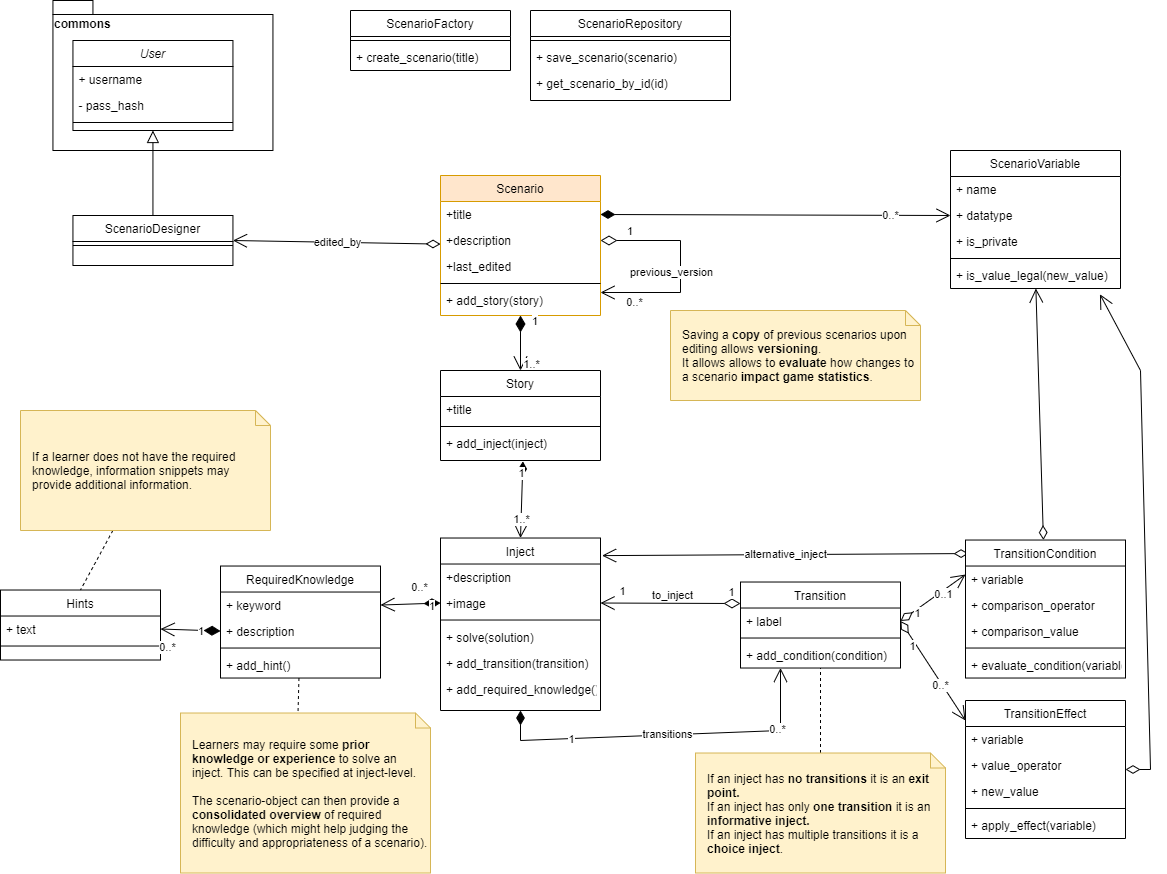
Elias-Ladenburger/CSEP keeps this draw.io diagram as artefacts/static_view/class diagram Scenario_Design.png. Above is the earlier version. Source tidied: cells renumbered, new cells last; positions are measured from the earlier drawing's top-left corner, leaving out a move shared by most shapes.
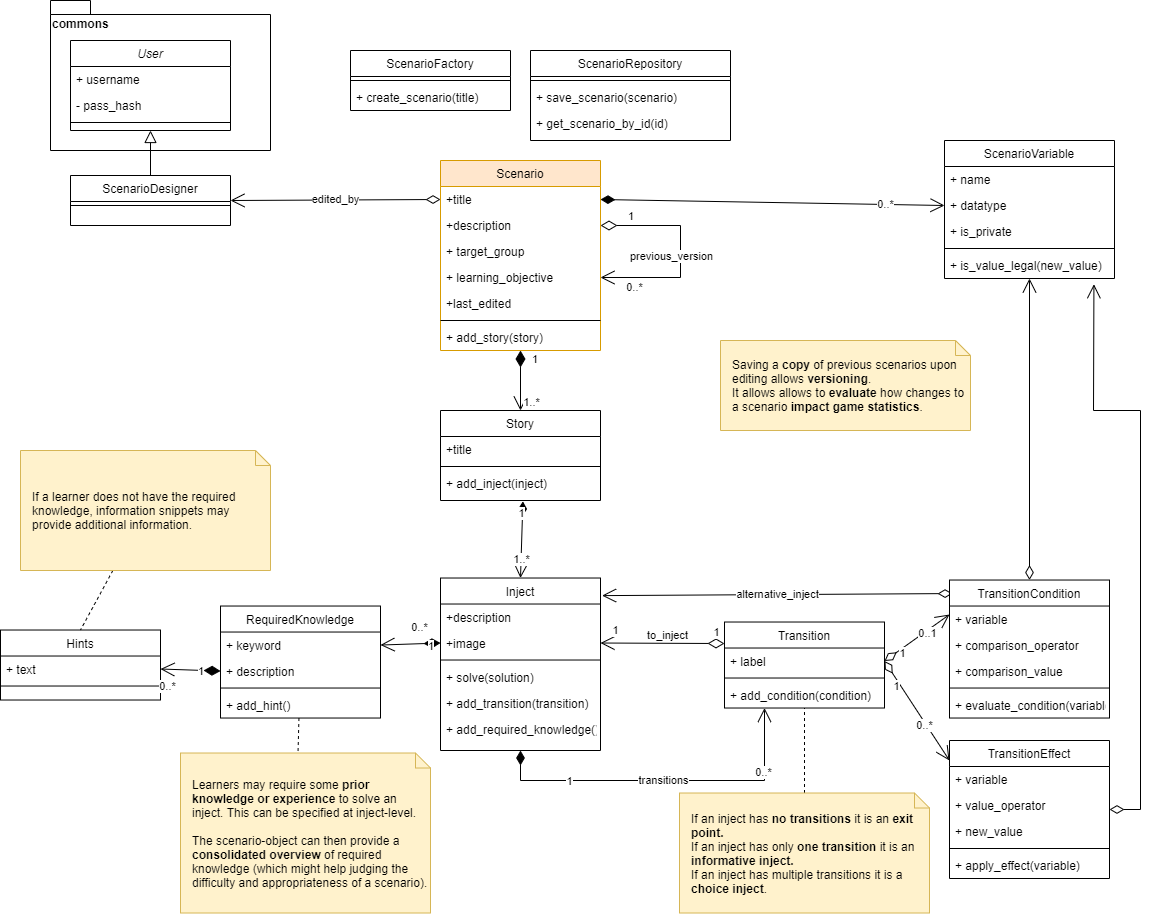
The same diagram one commit later.

What changed in the source:
```diff
@@ -2,11 +2,11 @@
   <root>
     <mxCell id="0" />
     <mxCell id="1" parent="0" />
-    <mxCell id="2" value="edited_by" style="edgeStyle=none;rounded=0;jettySize=auto;html=1;entryX=1;entryY=0.5;entryDx=0;entryDy=0;startArrow=diamondThin;startFill=0;endArrow=open;endFill=0;startSize=12;endSize=12;" parent="1" edge="1" source="3" target="38">
+    <mxCell id="2" value="edited_by" style="edgeStyle=none;rounded=0;jettySize=auto;html=1;entryX=1;entryY=0.5;entryDx=0;entryDy=0;startArrow=diamondThin;startFill=0;endArrow=open;endFill=0;startSize=12;endSize=12;exitX=0;exitY=0.5;exitDx=0;exitDy=0;" parent="1" edge="1" source="4" target="38">
       <mxGeometry relative="1" as="geometry" />
     </mxCell>
     <mxCell id="3" value="Scenario" style="swimlane;fontStyle=0;align=center;verticalAlign=top;horizontal=1;startSize=26;rounded=0;shadow=0;strokeWidth=1;fillColor=#ffe6cc;strokeColor=#d79b00;" parent="1" vertex="1">
-      <mxGeometry x="440" y="175" width="160" height="140" as="geometry" />
+      <mxGeometry x="440" y="120" width="160" height="190" as="geometry" />
     </mxCell>
     <mxCell id="4" value="+title" style="text;align=left;verticalAlign=top;spacingLeft=4;spacingRight=4;overflow=hidden;points=[[0,0.5],[1,0.5]];portConstraint=eastwest;" parent="3" vertex="1">
       <mxGeometry y="26" width="160" height="26" as="geometry" />
@@ -14,11 +14,17 @@
     <mxCell id="5" value="+description" style="text;align=left;verticalAlign=top;spacingLeft=4;spacingRight=4;overflow=hidden;points=[[0,0.5],[1,0.5]];portConstraint=eastwest;rounded=0;shadow=0;html=0;" parent="3" vertex="1">
       <mxGeometry y="52" width="160" height="26" as="geometry" />
     </mxCell>
+    <mxCell id="98" value="+ target_group" style="text;align=left;verticalAlign=top;spacingLeft=4;spacingRight=4;overflow=hidden;rounded=0;shadow=0;html=0;" parent="3" vertex="1">
+      <mxGeometry y="78" width="160" height="26" as="geometry" />
+    </mxCell>
+    <mxCell id="99" value="+ learning_objective" style="text;align=left;verticalAlign=top;spacingLeft=4;spacingRight=4;overflow=hidden;rounded=0;shadow=0;html=0;" parent="3" vertex="1">
+      <mxGeometry y="104" width="160" height="26" as="geometry" />
+    </mxCell>
     <mxCell id="6" value="+last_edited" style="text;align=left;verticalAlign=top;spacingLeft=4;spacingRight=4;overflow=hidden;rounded=0;shadow=0;html=0;" parent="3" vertex="1">
-      <mxGeometry y="78" width="160" height="26" as="geometry" />
+      <mxGeometry y="130" width="160" height="26" as="geometry" />
     </mxCell>
     <mxCell id="7" style="line;html=1;strokeWidth=1;align=left;verticalAlign=middle;spacingTop=-1;spacingLeft=3;spacingRight=3;labelPosition=right;" parent="3" vertex="1">
-      <mxGeometry y="104" width="160" height="8" as="geometry" />
+      <mxGeometry y="156" width="160" height="8" as="geometry" />
     </mxCell>
     <mxCell id="8" value="1" style="endArrow=open;html=1;endSize=12;startArrow=diamondThin;startSize=14;startFill=0;align=left;verticalAlign=bottom;rounded=0;exitX=1;exitY=0.5;exitDx=0;exitDy=0;edgeStyle=orthogonalEdgeStyle;" parent="3" edge="1" source="5">
       <mxGeometry x="-0.76" relative="1" as="geometry">
@@ -40,13 +46,13 @@
       </mxGeometry>
     </mxCell>
     <mxCell id="11" value="+ add_story(story)" style="text;align=left;verticalAlign=top;spacingLeft=4;spacingRight=4;overflow=hidden;" parent="3" vertex="1">
-      <mxGeometry y="112" width="160" height="26" as="geometry" />
+      <mxGeometry y="164" width="160" height="26" as="geometry" />
     </mxCell>
     <mxCell id="12" value="transitions" style="edgeStyle=none;rounded=0;jettySize=auto;html=1;entryX=0.25;entryY=1;entryDx=0;entryDy=0;startArrow=diamondThin;startFill=1;endArrow=open;endFill=0;startSize=12;endSize=12;" parent="1" edge="1" source="15" target="24">
       <mxGeometry relative="1" as="geometry">
         <Array as="points">
           <mxPoint x="520" y="740" />
-          <mxPoint x="780" y="730" />
+          <mxPoint x="764" y="740" />
         </Array>
       </mxGeometry>
     </mxCell>
@@ -86,7 +92,7 @@
       </mxGeometry>
     </mxCell>
     <mxCell id="24" value="Transition" style="swimlane;fontStyle=0;align=center;verticalAlign=top;horizontal=1;startSize=26;rounded=0;shadow=0;strokeWidth=1;" parent="1" vertex="1">
-      <mxGeometry x="740" y="581.5" width="160" height="86" as="geometry" />
+      <mxGeometry x="724" y="581.5" width="160" height="86" as="geometry" />
     </mxCell>
     <mxCell id="25" value="+ label" style="text;align=left;verticalAlign=top;spacingLeft=4;spacingRight=4;overflow=hidden;points=[[0,0.5],[1,0.5]];portConstraint=eastwest;rounded=0;shadow=0;html=0;" parent="24" vertex="1">
       <mxGeometry y="26" width="160" height="26" as="geometry" />
@@ -134,19 +140,19 @@
       <mxGeometry y="60" width="160" height="26" as="geometry" />
     </mxCell>
     <mxCell id="38" value="ScenarioDesigner" style="swimlane;fontStyle=0;align=center;verticalAlign=top;horizontal=1;startSize=26;rounded=0;shadow=0;strokeWidth=1;" parent="1" vertex="1">
-      <mxGeometry x="72.4" y="215" width="160" height="50" as="geometry" />
+      <mxGeometry x="70" y="135" width="160" height="50" as="geometry" />
     </mxCell>
     <mxCell id="39" style="line;html=1;strokeWidth=1;align=left;verticalAlign=middle;spacingTop=-1;spacingLeft=3;spacingRight=3;labelPosition=right;" parent="38" vertex="1">
       <mxGeometry y="26" width="160" height="8" as="geometry" />
     </mxCell>
     <mxCell id="40" value="commons" style="shape=folder;fontStyle=1;spacingTop=10;tabWidth=40;tabHeight=14;tabPosition=left;html=1;verticalAlign=top;align=left;" parent="1" vertex="1">
-      <mxGeometry x="52.4" width="220" height="150" as="geometry" />
+      <mxGeometry x="50" y="-40" width="220" height="150" as="geometry" />
     </mxCell>
     <mxCell id="41" style="endArrow=block;endSize=10;endFill=0;shadow=0;strokeWidth=1;rounded=0;elbow=vertical;entryX=0.5;entryY=1;entryDx=0;entryDy=0;exitX=0.5;exitY=0;exitDx=0;exitDy=0;" parent="1" edge="1" source="38" target="42">
       <mxGeometry relative="1" as="geometry" />
     </mxCell>
     <mxCell id="42" value="User" style="swimlane;fontStyle=2;align=center;verticalAlign=top;horizontal=1;startSize=26;rounded=0;shadow=0;strokeWidth=1;" parent="1" vertex="1">
-      <mxGeometry x="72.4" y="40" width="160" height="90" as="geometry" />
+      <mxGeometry x="70" width="160" height="90" as="geometry" />
     </mxCell>
     <mxCell id="43" value="+ username" style="text;align=left;verticalAlign=top;spacingLeft=4;spacingRight=4;overflow=hidden;" parent="42" vertex="1">
       <mxGeometry y="26" width="160" height="26" as="geometry" />
@@ -161,13 +167,13 @@
       <mxGeometry relative="1" as="geometry" />
     </mxCell>
     <mxCell id="47" value="&lt;div&gt;If an inject has &lt;b&gt;no transitions&lt;/b&gt; it is an &lt;b&gt;exit point.&lt;/b&gt;&lt;/div&gt;&lt;div&gt;If an inject has only &lt;b&gt;one transition &lt;/b&gt;it is an &lt;b&gt;informative inject.&lt;/b&gt;&lt;/div&gt;&lt;div&gt;If an inject has multiple transitions it is a &lt;b&gt;choice inject&lt;/b&gt;.&lt;br&gt;&lt;b&gt;&lt;/b&gt;&lt;/div&gt;" style="shape=note;size=15;align=left;spacingLeft=10;html=1;whiteSpace=wrap;fillColor=#fff2cc;strokeColor=#d6b656;" parent="1" vertex="1">
-      <mxGeometry x="695" y="752.5" width="250" height="120" as="geometry" />
+      <mxGeometry x="679" y="752.5" width="250" height="120" as="geometry" />
     </mxCell>
     <mxCell id="48" value="&lt;div&gt;Saving a &lt;b&gt;copy&lt;/b&gt; of previous scenarios upon editing allows &lt;b&gt;versioning&lt;/b&gt;. &lt;br&gt;&lt;/div&gt;&lt;div&gt;It allows allows to &lt;b&gt;evaluate&lt;/b&gt; how changes to a scenario &lt;b&gt;impact game statistics&lt;/b&gt;.&lt;/div&gt;" style="shape=note;size=15;align=left;spacingLeft=10;html=1;whiteSpace=wrap;fillColor=#fff2cc;strokeColor=#d6b656;" parent="1" vertex="1">
-      <mxGeometry x="670" y="310" width="250" height="90" as="geometry" />
+      <mxGeometry x="720" y="300" width="250" height="90" as="geometry" />
     </mxCell>
     <mxCell id="49" value="ScenarioVariable" style="swimlane;fontStyle=0;align=center;verticalAlign=top;horizontal=1;startSize=26;rounded=0;shadow=0;strokeWidth=1;" parent="1" vertex="1">
-      <mxGeometry x="950" y="150" width="170" height="138" as="geometry" />
+      <mxGeometry x="944" y="100" width="170" height="138" as="geometry" />
     </mxCell>
     <mxCell id="50" value="+ name" style="text;align=left;verticalAlign=top;spacingLeft=4;spacingRight=4;overflow=hidden;" parent="49" vertex="1">
       <mxGeometry y="26" width="170" height="26" as="geometry" />
@@ -243,7 +249,7 @@
       <mxGeometry relative="1" as="geometry" />
     </mxCell>
     <mxCell id="73" value="TransitionCondition" style="swimlane;fontStyle=0;align=center;verticalAlign=top;horizontal=1;startSize=26;rounded=0;shadow=0;strokeWidth=1;" parent="1" vertex="1">
-      <mxGeometry x="965" y="539.5" width="160" height="138" as="geometry" />
+      <mxGeometry x="949" y="539.5" width="160" height="138" as="geometry" />
     </mxCell>
     <mxCell id="74" value="+ variable" style="text;align=left;verticalAlign=top;spacingLeft=4;spacingRight=4;overflow=hidden;rounded=0;shadow=0;html=0;" parent="73" vertex="1">
       <mxGeometry y="26" width="160" height="26" as="geometry" />
@@ -267,7 +273,7 @@
       <mxGeometry x="0.26" y="-2" relative="1" as="geometry" />
     </mxCell>
     <mxCell id="81" value="TransitionEffect" style="swimlane;fontStyle=0;align=center;verticalAlign=top;horizontal=1;startSize=26;rounded=0;shadow=0;strokeWidth=1;" parent="1" vertex="1">
-      <mxGeometry x="965" y="700" width="160" height="138" as="geometry" />
+      <mxGeometry x="949" y="700" width="160" height="138" as="geometry" />
     </mxCell>
     <mxCell id="82" value="+ variable" style="text;align=left;verticalAlign=top;spacingLeft=4;spacingRight=4;overflow=hidden;rounded=0;shadow=0;html=0;" parent="81" vertex="1">
       <mxGeometry y="26" width="160" height="26" as="geometry" />
@@ -317,8 +323,9 @@
     <mxCell id="97" style="edgeStyle=none;rounded=0;jettySize=auto;html=1;entryX=0.879;entryY=1.221;entryDx=0;entryDy=0;entryPerimeter=0;startArrow=diamondThin;startFill=0;endArrow=open;endFill=0;startSize=12;endSize=12;exitX=1;exitY=0.5;exitDx=0;exitDy=0;" parent="1" edge="1" source="81" target="54">
       <mxGeometry relative="1" as="geometry">
         <Array as="points">
-          <mxPoint x="1150" y="769" />
+          <mxPoint x="1140" y="769" />
           <mxPoint x="1140" y="370" />
+          <mxPoint x="1093" y="370" />
         </Array>
       </mxGeometry>
     </mxCell>
```
